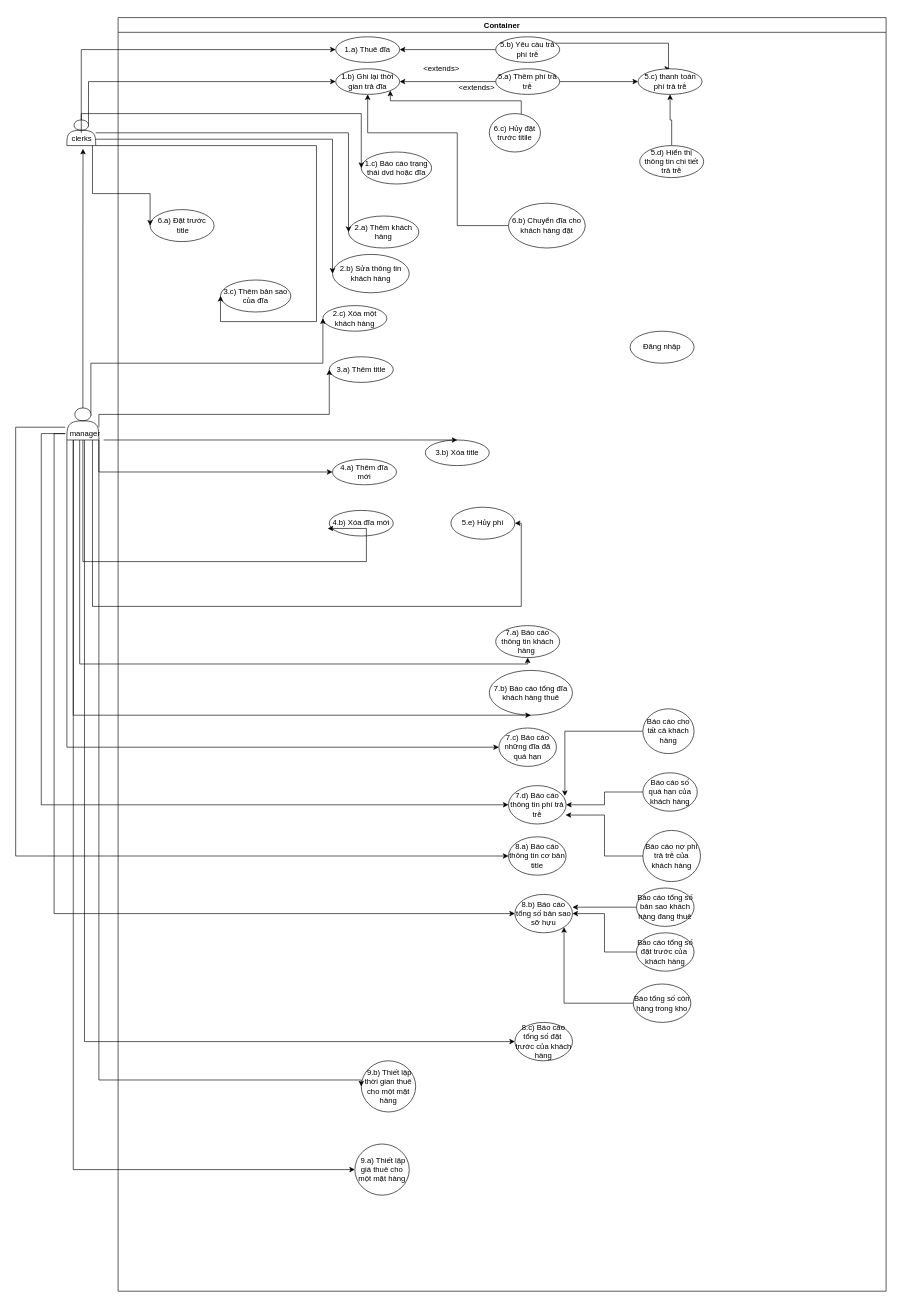
quannguyen1999/manage-disks keeps this draw.io diagram as xayDungPhanMem.drawio. Above is the earlier version. Source tidied: cells renumbered, new cells numbered last; positions are measured from the earlier drawing's top-left corner, leaving out a move shared by most shapes. Both pictures are drawn from the tidied source at 64%, with x=0, y=0 at pixel (15, 17).
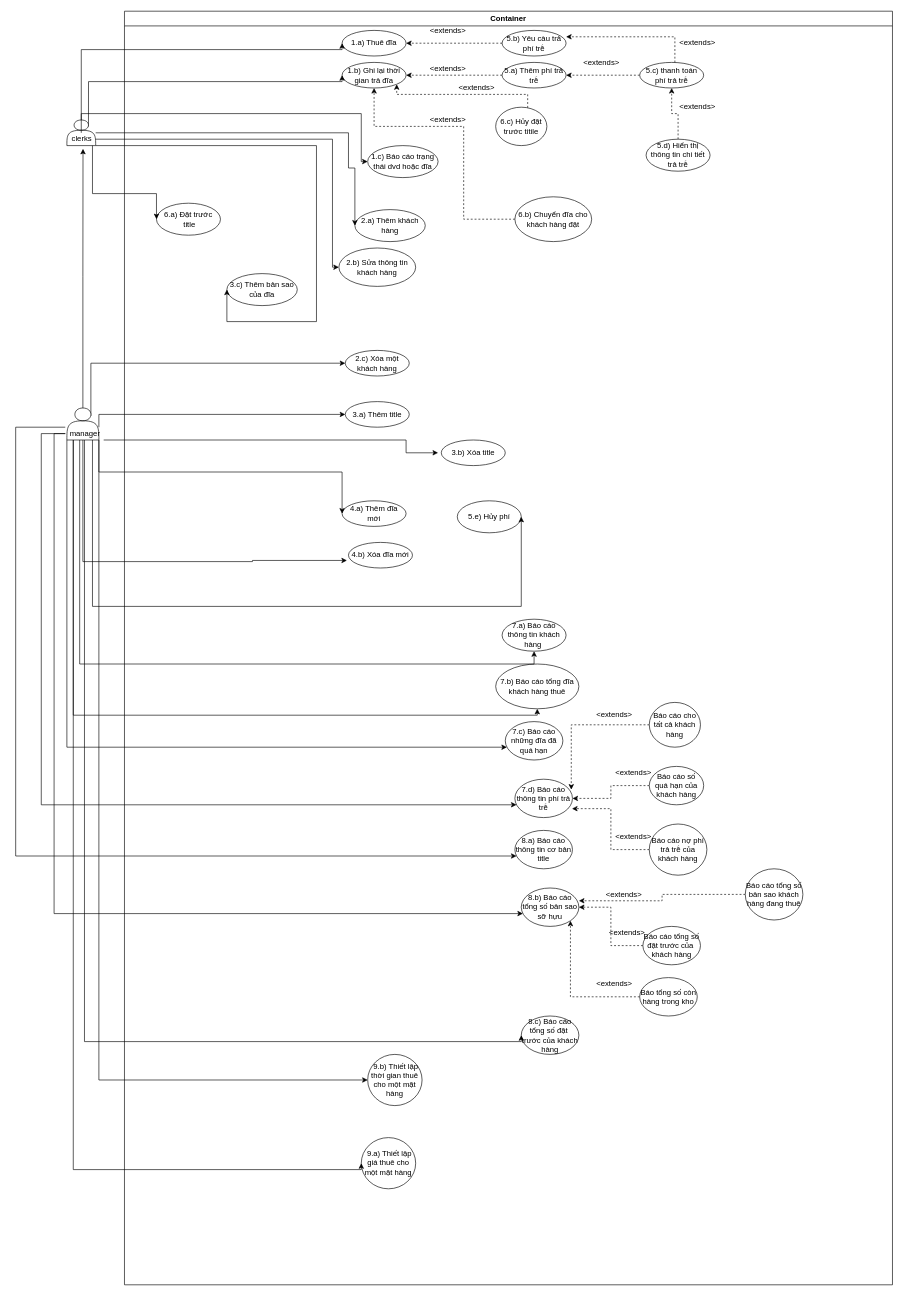
Above is the later version.

The change refers to these unchanged cells:
```xml
<mxCell id="3" value="1.b) Ghi lại thời gian trả đĩa" style="ellipse;whiteSpace=wrap;html=1;align=center;newEdgeStyle={&quot;edgeStyle&quot;:&quot;entityRelationEdgeStyle&quot;,&quot;startArrow&quot;:&quot;none&quot;,&quot;endArrow&quot;:&quot;none&quot;,&quot;segment&quot;:10,&quot;curved&quot;:1};" parent="2" vertex="1">
  <mxGeometry x="340" y="80" width="100" height="40" as="geometry" />
</mxCell>
<mxCell id="4" value="1.a) Thuê đĩa" style="ellipse;whiteSpace=wrap;html=1;align=center;newEdgeStyle={&quot;edgeStyle&quot;:&quot;entityRelationEdgeStyle&quot;,&quot;startArrow&quot;:&quot;none&quot;,&quot;endArrow&quot;:&quot;none&quot;,&quot;segment&quot;:10,&quot;curved&quot;:1};" parent="2" vertex="1">
  <mxGeometry x="340" y="30" width="100" height="40" as="geometry" />
</mxCell>
<mxCell id="16" value="5.a) Thêm phí trả trễ" style="ellipse;whiteSpace=wrap;html=1;align=center;newEdgeStyle={&quot;edgeStyle&quot;:&quot;entityRelationEdgeStyle&quot;,&quot;startArrow&quot;:&quot;none&quot;,&quot;endArrow&quot;:&quot;none&quot;,&quot;segment&quot;:10,&quot;curved&quot;:1};" parent="2" vertex="1">
  <mxGeometry x="590" y="80" width="100" height="40" as="geometry" />
</mxCell>
<mxCell id="19" value="5.b) Yêu càu trả phí trễ" style="ellipse;whiteSpace=wrap;html=1;align=center;newEdgeStyle={&quot;edgeStyle&quot;:&quot;entityRelationEdgeStyle&quot;,&quot;startArrow&quot;:&quot;none&quot;,&quot;endArrow&quot;:&quot;none&quot;,&quot;segment&quot;:10,&quot;curved&quot;:1};" parent="2" vertex="1">
  <mxGeometry x="590" y="30" width="100" height="40" as="geometry" />
</mxCell>
<mxCell id="23" value="5.d) Hiển thị thông tin chi tiết trả trễ" style="ellipse;whiteSpace=wrap;html=1;align=center;newEdgeStyle={&quot;edgeStyle&quot;:&quot;entityRelationEdgeStyle&quot;,&quot;startArrow&quot;:&quot;none&quot;,&quot;endArrow&quot;:&quot;none&quot;,&quot;segment&quot;:10,&quot;curved&quot;:1};" parent="2" vertex="1">
  <mxGeometry x="815" y="200" width="100" height="50" as="geometry" />
</mxCell>
<mxCell id="27" value="6.c) Hủy đặt trước titile" style="ellipse;whiteSpace=wrap;html=1;align=center;newEdgeStyle={&quot;edgeStyle&quot;:&quot;entityRelationEdgeStyle&quot;,&quot;startArrow&quot;:&quot;none&quot;,&quot;endArrow&quot;:&quot;none&quot;,&quot;segment&quot;:10,&quot;curved&quot;:1};" parent="2" vertex="1">
  <mxGeometry x="580" y="150" width="80" height="60" as="geometry" />
</mxCell>
<mxCell id="29" value="6.b) Chuyển đĩa cho khách hàng đặt" style="ellipse;whiteSpace=wrap;html=1;align=center;newEdgeStyle={&quot;edgeStyle&quot;:&quot;entityRelationEdgeStyle&quot;,&quot;startArrow&quot;:&quot;none&quot;,&quot;endArrow&quot;:&quot;none&quot;,&quot;segment&quot;:10,&quot;curved&quot;:1};" parent="2" vertex="1">
  <mxGeometry x="610" y="290" width="120" height="70" as="geometry" />
</mxCell>
<mxCell id="33" value="7.d) Báo cáo thông tin phí trả trễ" style="ellipse;whiteSpace=wrap;html=1;align=center;newEdgeStyle={&quot;edgeStyle&quot;:&quot;entityRelationEdgeStyle&quot;,&quot;startArrow&quot;:&quot;none&quot;,&quot;endArrow&quot;:&quot;none&quot;,&quot;segment&quot;:10,&quot;curved&quot;:1};" parent="2" vertex="1">
  <mxGeometry x="610" y="1200" width="90" height="60" as="geometry" />
</mxCell>
<mxCell id="35" value="8.b) Báo cáo tổng số bản sao sỡ hựu" style="ellipse;whiteSpace=wrap;html=1;align=center;newEdgeStyle={&quot;edgeStyle&quot;:&quot;entityRelationEdgeStyle&quot;,&quot;startArrow&quot;:&quot;none&quot;,&quot;endArrow&quot;:&quot;none&quot;,&quot;segment&quot;:10,&quot;curved&quot;:1};" parent="2" vertex="1">
  <mxGeometry x="620" y="1370" width="90" height="60" as="geometry" />
</mxCell>
<mxCell id="37" value="Báo cáo cho tất cả khách hàng" style="ellipse;whiteSpace=wrap;html=1;align=center;newEdgeStyle={&quot;edgeStyle&quot;:&quot;entityRelationEdgeStyle&quot;,&quot;startArrow&quot;:&quot;none&quot;,&quot;endArrow&quot;:&quot;none&quot;,&quot;segment&quot;:10,&quot;curved&quot;:1};" parent="2" vertex="1">
  <mxGeometry x="820" y="1080" width="80" height="70" as="geometry" />
</mxCell>
<mxCell id="39" value="Báo cáo nợ phí trả trễ của khách hàng" style="ellipse;whiteSpace=wrap;html=1;align=center;newEdgeStyle={&quot;edgeStyle&quot;:&quot;entityRelationEdgeStyle&quot;,&quot;startArrow&quot;:&quot;none&quot;,&quot;endArrow&quot;:&quot;none&quot;,&quot;segment&quot;:10,&quot;curved&quot;:1};" parent="2" vertex="1">
  <mxGeometry x="820" y="1270" width="90" height="80" as="geometry" />
</mxCell>
<mxCell id="41" value="Báo cáo số quá hạn của khách hàng" style="ellipse;whiteSpace=wrap;html=1;align=center;newEdgeStyle={&quot;edgeStyle&quot;:&quot;entityRelationEdgeStyle&quot;,&quot;startArrow&quot;:&quot;none&quot;,&quot;endArrow&quot;:&quot;none&quot;,&quot;segment&quot;:10,&quot;curved&quot;:1};" parent="2" vertex="1">
  <mxGeometry x="820" y="1180" width="85" height="60" as="geometry" />
</mxCell>
<mxCell id="45" value="Báo cáo tổng số đặt trước của&amp;nbsp; khách hàng" style="ellipse;whiteSpace=wrap;html=1;align=center;newEdgeStyle={&quot;edgeStyle&quot;:&quot;entityRelationEdgeStyle&quot;,&quot;startArrow&quot;:&quot;none&quot;,&quot;endArrow&quot;:&quot;none&quot;,&quot;segment&quot;:10,&quot;curved&quot;:1};" parent="2" vertex="1">
  <mxGeometry x="810" y="1430" width="90" height="60" as="geometry" />
</mxCell>
<mxCell id="47" value="Báo tổng số còn hàng trong kho" style="ellipse;whiteSpace=wrap;html=1;align=center;newEdgeStyle={&quot;edgeStyle&quot;:&quot;entityRelationEdgeStyle&quot;,&quot;startArrow&quot;:&quot;none&quot;,&quot;endArrow&quot;:&quot;none&quot;,&quot;segment&quot;:10,&quot;curved&quot;:1};" parent="2" vertex="1">
  <mxGeometry x="805" y="1510" width="90" height="60" as="geometry" />
</mxCell>
<mxCell id="56" style="shape=actor;whiteSpace=wrap;html=1;" parent="1" vertex="1">
  <mxGeometry x="80" y="610" width="50" height="50" as="geometry" />
</mxCell>
<mxCell id="69" value="manager" style="text;html=1;align=center;verticalAlign=middle;points=[];" parent="1" vertex="1">
  <mxGeometry x="77.5" y="640" width="60" height="20" as="geometry" />
</mxCell>
```

The edit, as a diff of the source:
```diff
@@
     <mxCell id="2" value="Container" style="swimlane;" parent="1" vertex="1">
-      <mxGeometry x="160" width="1200" height="1990" as="geometry" />
+      <mxGeometry x="170" y="-10" width="1200" height="1990" as="geometry" />
     </mxCell>
@@
     <mxCell id="7" value="2.c) Xóa một khách hàng" style="ellipse;whiteSpace=wrap;html=1;align=center;newEdgeStyle={&quot;edgeStyle&quot;:&quot;entityRelationEdgeStyle&quot;,&quot;startArrow&quot;:&quot;none&quot;,&quot;endArrow&quot;:&quot;none&quot;,&quot;segment&quot;:10,&quot;curved&quot;:1};" parent="2" vertex="1">
-      <mxGeometry x="320" y="450" width="100" height="40" as="geometry" />
+      <mxGeometry x="345" y="530" width="100" height="40" as="geometry" />
     </mxCell>
     <mxCell id="8" value="3.a) Thêm title" style="ellipse;whiteSpace=wrap;html=1;align=center;newEdgeStyle={&quot;edgeStyle&quot;:&quot;entityRelationEdgeStyle&quot;,&quot;startArrow&quot;:&quot;none&quot;,&quot;endArrow&quot;:&quot;none&quot;,&quot;segment&quot;:10,&quot;curved&quot;:1};" parent="2" vertex="1">
-      <mxGeometry x="330" y="530" width="100" height="40" as="geometry" />
+      <mxGeometry x="345" y="610" width="100" height="40" as="geometry" />
     </mxCell>
     <mxCell id="9" value="3.b) Xóa title" style="ellipse;whiteSpace=wrap;html=1;align=center;newEdgeStyle={&quot;edgeStyle&quot;:&quot;entityRelationEdgeStyle&quot;,&quot;startArrow&quot;:&quot;none&quot;,&quot;endArrow&quot;:&quot;none&quot;,&quot;segment&quot;:10,&quot;curved&quot;:1};" parent="2" vertex="1">
-      <mxGeometry x="480" y="660" width="100" height="40" as="geometry" />
+      <mxGeometry x="495" y="670" width="100" height="40" as="geometry" />
     </mxCell>
-    <mxCell id="10" value="Đăng nhập" style="ellipse;whiteSpace=wrap;html=1;align=center;newEdgeStyle={&quot;edgeStyle&quot;:&quot;entityRelationEdgeStyle&quot;,&quot;startArrow&quot;:&quot;none&quot;,&quot;endArrow&quot;:&quot;none&quot;,&quot;segment&quot;:10,&quot;curved&quot;:1};" parent="2" vertex="1">
-      <mxGeometry x="800" y="490" width="100" height="50" as="geometry" />
-    </mxCell>
@@
     <mxCell id="12" value="4.a) Thêm đĩa mới" style="ellipse;whiteSpace=wrap;html=1;align=center;newEdgeStyle={&quot;edgeStyle&quot;:&quot;entityRelationEdgeStyle&quot;,&quot;startArrow&quot;:&quot;none&quot;,&quot;endArrow&quot;:&quot;none&quot;,&quot;segment&quot;:10,&quot;curved&quot;:1};" parent="2" vertex="1">
-      <mxGeometry x="335" y="690" width="100" height="40" as="geometry" />
+      <mxGeometry x="340" y="765" width="100" height="40" as="geometry" />
     </mxCell>
     <mxCell id="13" value="4.b) Xóa đĩa mới" style="ellipse;whiteSpace=wrap;html=1;align=center;newEdgeStyle={&quot;edgeStyle&quot;:&quot;entityRelationEdgeStyle&quot;,&quot;startArrow&quot;:&quot;none&quot;,&quot;endArrow&quot;:&quot;none&quot;,&quot;segment&quot;:10,&quot;curved&quot;:1};" parent="2" vertex="1">
-      <mxGeometry x="330" y="770" width="100" height="40" as="geometry" />
+      <mxGeometry x="350" y="830" width="100" height="40" as="geometry" />
     </mxCell>
-    <mxCell id="14" style="edgeStyle=orthogonalEdgeStyle;rounded=0;jettySize=auto;html=1;" parent="2" edge="1" source="16" target="21">
-      <mxGeometry relative="1" as="geometry" />
-    </mxCell>
-    <mxCell id="15" style="edgeStyle=orthogonalEdgeStyle;rounded=0;jettySize=auto;html=1;entryX=1;entryY=0.5;entryDx=0;entryDy=0;" parent="2" edge="1" source="16" target="3">
+    <mxCell id="15" style="edgeStyle=orthogonalEdgeStyle;rounded=0;jettySize=auto;html=1;entryX=1;entryY=0.5;entryDx=0;entryDy=0;dashed=1;" parent="2" edge="1" source="16" target="3">
       <mxGeometry relative="1" as="geometry">
         <Array as="points">
           <mxPoint x="560" y="100" />
           <mxPoint x="560" y="100" />
         </Array>
       </mxGeometry>
     </mxCell>
@@
-    <mxCell id="17" style="edgeStyle=orthogonalEdgeStyle;rounded=0;jettySize=auto;html=1;entryX=0.5;entryY=0;entryDx=0;entryDy=0;" parent="2" edge="1" source="19" target="21">
-      <mxGeometry relative="1" as="geometry">
-        <Array as="points">
-          <mxPoint x="860" y="40" />
-          <mxPoint x="860" y="80" />
-        </Array>
-      </mxGeometry>
-    </mxCell>
-    <mxCell id="18" style="edgeStyle=orthogonalEdgeStyle;rounded=0;jettySize=auto;html=1;entryX=1;entryY=0.5;entryDx=0;entryDy=0;" parent="2" edge="1" source="19" target="4">
-      <mxGeometry relative="1" as="geometry" />
-    </mxCell>
@@
     <mxCell id="20" value="&amp;lt;extends&amp;gt;" style="text;html=1;align=center;verticalAlign=middle;" parent="2" vertex="1">
-      <mxGeometry x="470" y="70" width="70" height="20" as="geometry" />
+      <mxGeometry x="470" y="80" width="70" height="20" as="geometry" />
     </mxCell>
+    <mxCell id="80" style="edgeStyle=orthogonalEdgeStyle;rounded=0;jettySize=auto;html=1;entryX=1;entryY=0.25;entryDx=0;entryDy=0;entryPerimeter=0;dashed=1;" parent="2" edge="1" source="21" target="19">
+      <mxGeometry relative="1" as="geometry">
+        <Array as="points">
+          <mxPoint x="860" y="100" />
+          <mxPoint x="860" y="40" />
+        </Array>
+      </mxGeometry>
+    </mxCell>
+    <mxCell id="81" style="edgeStyle=orthogonalEdgeStyle;rounded=0;jettySize=auto;html=1;entryX=1;entryY=0.5;entryDx=0;entryDy=0;dashed=1;" parent="2" edge="1" source="21" target="16">
+      <mxGeometry relative="1" as="geometry" />
+    </mxCell>
     <mxCell id="21" value="5.c) thanh toán phí trả trễ" style="ellipse;whiteSpace=wrap;html=1;align=center;newEdgeStyle={&quot;edgeStyle&quot;:&quot;entityRelationEdgeStyle&quot;,&quot;startArrow&quot;:&quot;none&quot;,&quot;endArrow&quot;:&quot;none&quot;,&quot;segment&quot;:10,&quot;curved&quot;:1};" parent="2" vertex="1">
-      <mxGeometry x="812.5" y="80" width="100" height="40" as="geometry" />
+      <mxGeometry x="805" y="80" width="100" height="40" as="geometry" />
     </mxCell>
-    <mxCell id="22" style="edgeStyle=orthogonalEdgeStyle;rounded=0;jettySize=auto;html=1;entryX=0.5;entryY=1;entryDx=0;entryDy=0;" parent="2" edge="1" source="23" target="21">
+    <mxCell id="22" style="edgeStyle=orthogonalEdgeStyle;rounded=0;jettySize=auto;html=1;entryX=0.5;entryY=1;entryDx=0;entryDy=0;dashed=1;" parent="2" edge="1" source="23" target="21">
       <mxGeometry relative="1" as="geometry" />
     </mxCell>
@@
-    <mxCell id="26" style="edgeStyle=orthogonalEdgeStyle;rounded=0;jettySize=auto;html=1;entryX=1;entryY=1;entryDx=0;entryDy=0;" parent="2" edge="1" source="27" target="3">
+    <mxCell id="26" style="edgeStyle=orthogonalEdgeStyle;rounded=0;jettySize=auto;html=1;entryX=1;entryY=1;entryDx=0;entryDy=0;dashed=1;" parent="2" edge="1" source="27" target="3">
       <mxGeometry relative="1" as="geometry">
         <Array as="points">
           <mxPoint x="630" y="130" />
           <mxPoint x="425" y="130" />
         </Array>
       </mxGeometry>
     </mxCell>
@@
-    <mxCell id="28" style="edgeStyle=orthogonalEdgeStyle;rounded=0;jettySize=auto;html=1;entryX=0.5;entryY=1;entryDx=0;entryDy=0;" parent="2" edge="1" source="29" target="3">
+    <mxCell id="28" style="edgeStyle=orthogonalEdgeStyle;rounded=0;jettySize=auto;html=1;entryX=0.5;entryY=1;entryDx=0;entryDy=0;dashed=1;" parent="2" edge="1" source="29" target="3">
       <mxGeometry relative="1" as="geometry">
         <Array as="points">
           <mxPoint x="530" y="325" />
           <mxPoint x="530" y="180" />
           <mxPoint x="390" y="180" />
         </Array>
       </mxGeometry>
     </mxCell>
@@
-    <mxCell id="36" style="edgeStyle=orthogonalEdgeStyle;rounded=0;jettySize=auto;html=1;entryX=0.979;entryY=0.271;entryDx=0;entryDy=0;entryPerimeter=0;" parent="2" edge="1" source="37" target="33">
+    <mxCell id="36" style="edgeStyle=orthogonalEdgeStyle;rounded=0;jettySize=auto;html=1;entryX=0.979;entryY=0.271;entryDx=0;entryDy=0;entryPerimeter=0;dashed=1;" parent="2" edge="1" source="37" target="33">
       <mxGeometry relative="1" as="geometry" />
     </mxCell>
@@
-    <mxCell id="38" style="edgeStyle=orthogonalEdgeStyle;rounded=0;jettySize=auto;html=1;entryX=0.992;entryY=0.767;entryDx=0;entryDy=0;entryPerimeter=0;" parent="2" edge="1" source="39" target="33">
+    <mxCell id="38" style="edgeStyle=orthogonalEdgeStyle;rounded=0;jettySize=auto;html=1;entryX=0.992;entryY=0.767;entryDx=0;entryDy=0;entryPerimeter=0;dashed=1;" parent="2" edge="1" source="39" target="33">
       <mxGeometry relative="1" as="geometry" />
     </mxCell>
@@
-    <mxCell id="40" style="edgeStyle=orthogonalEdgeStyle;rounded=0;jettySize=auto;html=1;entryX=1;entryY=0.5;entryDx=0;entryDy=0;" parent="2" edge="1" source="41" target="33">
+    <mxCell id="40" style="edgeStyle=orthogonalEdgeStyle;rounded=0;jettySize=auto;html=1;entryX=1;entryY=0.5;entryDx=0;entryDy=0;dashed=1;" parent="2" edge="1" source="41" target="33">
       <mxGeometry relative="1" as="geometry" />
     </mxCell>
@@
-    <mxCell id="42" style="edgeStyle=orthogonalEdgeStyle;rounded=0;jettySize=auto;html=1;entryX=1;entryY=0.333;entryDx=0;entryDy=0;entryPerimeter=0;" parent="2" edge="1" source="43" target="35">
+    <mxCell id="42" style="edgeStyle=orthogonalEdgeStyle;rounded=0;jettySize=auto;html=1;entryX=1;entryY=0.333;entryDx=0;entryDy=0;entryPerimeter=0;dashed=1;" parent="2" edge="1" source="43" target="35">
       <mxGeometry relative="1" as="geometry" />
     </mxCell>
     <mxCell id="43" value="Báo cáo tổng số bản sao khách hàng đang thuê" style="ellipse;whiteSpace=wrap;html=1;align=center;newEdgeStyle={&quot;edgeStyle&quot;:&quot;entityRelationEdgeStyle&quot;,&quot;startArrow&quot;:&quot;none&quot;,&quot;endArrow&quot;:&quot;none&quot;,&quot;segment&quot;:10,&quot;curved&quot;:1};" parent="2" vertex="1">
-      <mxGeometry x="810" y="1360" width="90" height="60" as="geometry" />
+      <mxGeometry x="970" y="1340" width="90" height="80" as="geometry" />
     </mxCell>
-    <mxCell id="44" style="edgeStyle=orthogonalEdgeStyle;rounded=0;jettySize=auto;html=1;" parent="2" edge="1" source="45" target="35">
+    <mxCell id="44" style="edgeStyle=orthogonalEdgeStyle;rounded=0;jettySize=auto;html=1;dashed=1;" parent="2" edge="1" source="45" target="35">
       <mxGeometry relative="1" as="geometry" />
     </mxCell>
@@
-    <mxCell id="46" style="edgeStyle=orthogonalEdgeStyle;rounded=0;jettySize=auto;html=1;entryX=1;entryY=1;entryDx=0;entryDy=0;" parent="2" edge="1" source="47" target="35">
+    <mxCell id="46" style="edgeStyle=orthogonalEdgeStyle;rounded=0;jettySize=auto;html=1;entryX=1;entryY=1;entryDx=0;entryDy=0;dashed=1;" parent="2" edge="1" source="47" target="35">
       <mxGeometry relative="1" as="geometry" />
     </mxCell>
@@
+    <mxCell id="82" value="&amp;lt;extends&amp;gt;" style="text;html=1;align=center;verticalAlign=middle;" parent="2" vertex="1">
+      <mxGeometry x="860" y="140" width="70" height="20" as="geometry" />
+    </mxCell>
+    <mxCell id="83" value="&amp;lt;extends&amp;gt;" style="text;html=1;align=center;verticalAlign=middle;" parent="2" vertex="1">
+      <mxGeometry x="710" y="70" width="70" height="20" as="geometry" />
+    </mxCell>
+    <mxCell id="84" value="&amp;lt;extends&amp;gt;" style="text;html=1;align=center;verticalAlign=middle;" parent="2" vertex="1">
+      <mxGeometry x="860" y="40" width="70" height="20" as="geometry" />
+    </mxCell>
+    <mxCell id="18" style="edgeStyle=orthogonalEdgeStyle;rounded=0;jettySize=auto;html=1;entryX=1;entryY=0.5;entryDx=0;entryDy=0;dashed=1;" parent="2" edge="1" source="19" target="4">
+      <mxGeometry relative="1" as="geometry" />
+    </mxCell>
+    <mxCell id="85" value="&amp;lt;extends&amp;gt;" style="text;html=1;align=center;verticalAlign=middle;" parent="2" vertex="1">
+      <mxGeometry x="470" y="160" width="70" height="20" as="geometry" />
+    </mxCell>
+    <mxCell id="86" value="&amp;lt;extends&amp;gt;" style="text;html=1;align=center;verticalAlign=middle;" parent="2" vertex="1">
+      <mxGeometry x="470" y="20" width="70" height="20" as="geometry" />
+    </mxCell>
+    <mxCell id="87" value="&amp;lt;extends&amp;gt;" style="text;html=1;align=center;verticalAlign=middle;" parent="2" vertex="1">
+      <mxGeometry x="730" y="1090" width="70" height="20" as="geometry" />
+    </mxCell>
+    <mxCell id="88" value="&amp;lt;extends&amp;gt;" style="text;html=1;align=center;verticalAlign=middle;" parent="2" vertex="1">
+      <mxGeometry x="760" y="1180" width="70" height="20" as="geometry" />
+    </mxCell>
+    <mxCell id="89" value="&amp;lt;extends&amp;gt;" style="text;html=1;align=center;verticalAlign=middle;" parent="2" vertex="1">
+      <mxGeometry x="760" y="1280" width="70" height="20" as="geometry" />
+    </mxCell>
+    <mxCell id="90" value="&amp;lt;extends&amp;gt;" style="text;html=1;align=center;verticalAlign=middle;" parent="2" vertex="1">
+      <mxGeometry x="745" y="1370" width="70" height="20" as="geometry" />
+    </mxCell>
+    <mxCell id="91" value="&amp;lt;extends&amp;gt;" style="text;html=1;align=center;verticalAlign=middle;" parent="2" vertex="1">
+      <mxGeometry x="750" y="1430" width="70" height="20" as="geometry" />
+    </mxCell>
+    <mxCell id="92" value="&amp;lt;extends&amp;gt;" style="text;html=1;align=center;verticalAlign=middle;" parent="2" vertex="1">
+      <mxGeometry x="730" y="1510" width="70" height="20" as="geometry" />
+    </mxCell>
@@
     <mxCell id="53" style="edgeStyle=orthogonalEdgeStyle;rounded=0;jettySize=auto;html=1;entryX=-0.024;entryY=0.705;entryDx=0;entryDy=0;entryPerimeter=0;" parent="1" edge="1" source="56" target="13">
       <mxGeometry relative="1" as="geometry">
         <Array as="points">
           <mxPoint x="105" y="850" />
-          <mxPoint x="548" y="850" />
+          <mxPoint x="370" y="850" />
+          <mxPoint x="370" y="848" />
         </Array>
       </mxGeometry>
     </mxCell>
@@
-    <mxCell id="59" style="edgeStyle=orthogonalEdgeStyle;rounded=0;jettySize=auto;html=1;entryX=0.5;entryY=0;entryDx=0;entryDy=0;" parent="1" edge="1" source="69" target="9">
+    <mxCell id="59" style="edgeStyle=orthogonalEdgeStyle;rounded=0;jettySize=auto;html=1;" parent="1" edge="1" source="69">
       <mxGeometry relative="1" as="geometry">
+        <mxPoint x="660" y="680" as="targetPoint" />
         <Array as="points">
           <mxPoint x="610" y="660" />
         </Array>
       </mxGeometry>
     </mxCell>
```
